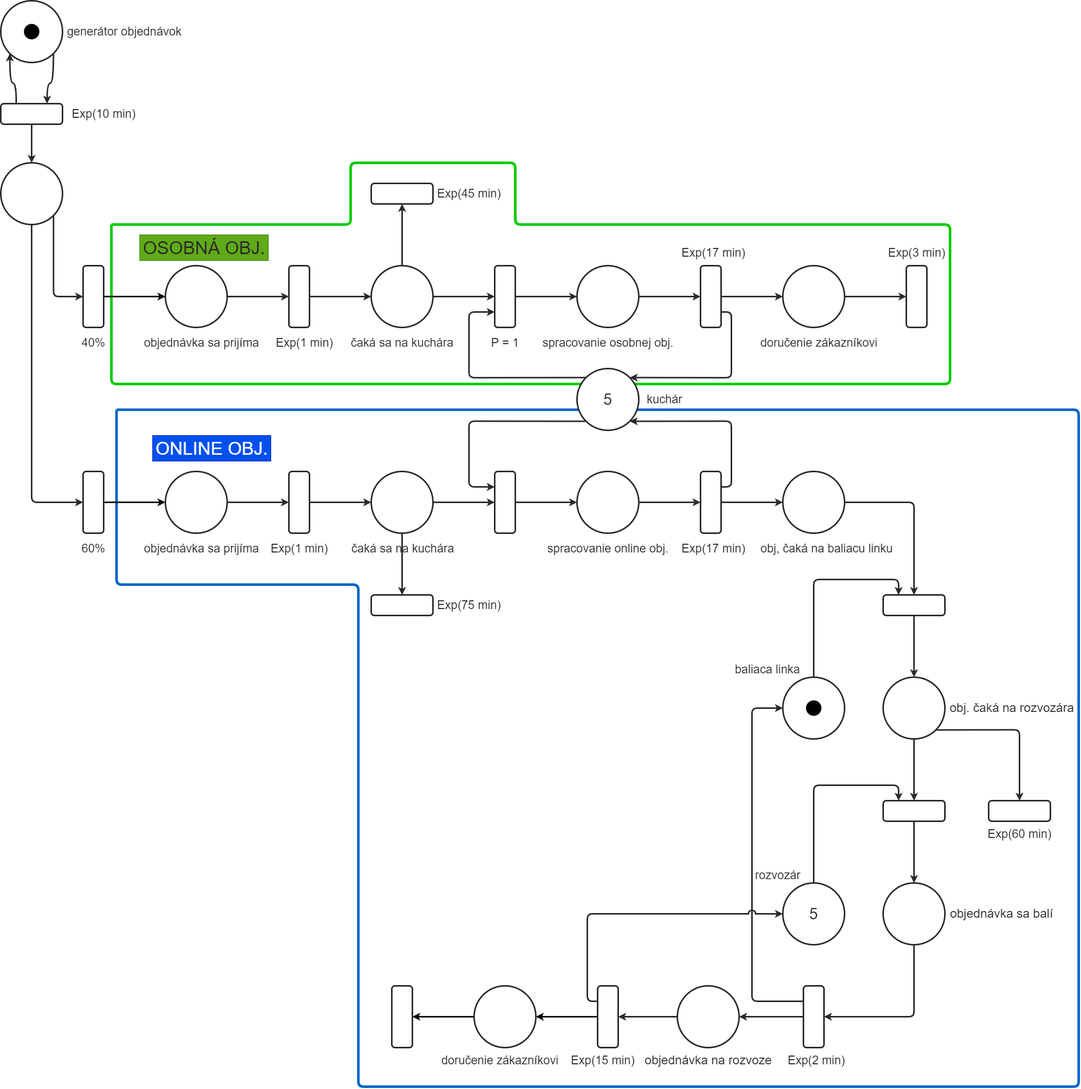
The draw.io diagram docs/petriiiii.png in Mats7/ims2022, before a commit. Source tidied: cells renumbered, new cells last; positions are measured from the earlier drawing's top-left corner, leaving out a move shared by most shapes.
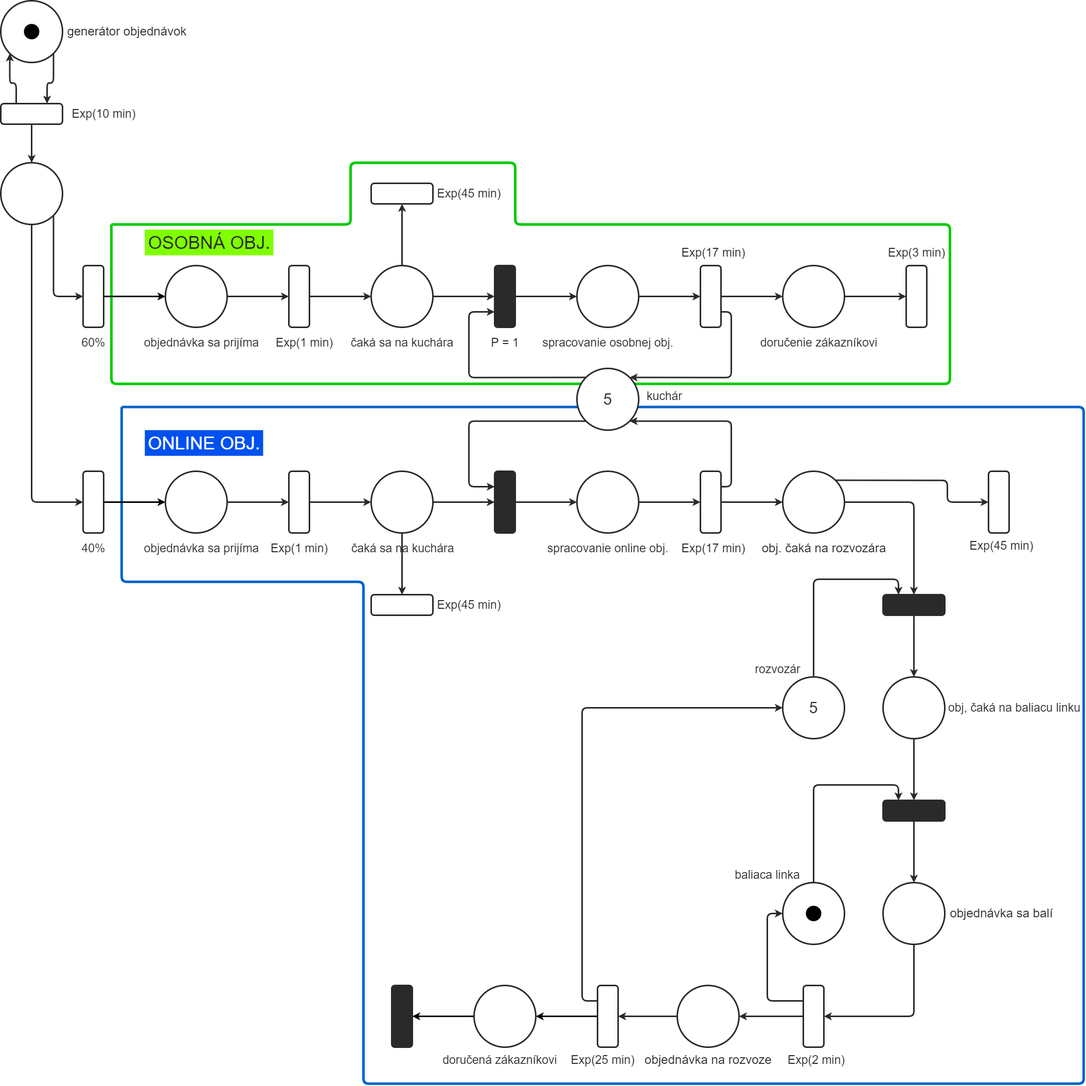
Later version of the same file.

What changed in the source:
```diff
@@ -6,10 +6,10 @@
       <mxGeometry relative="1" as="geometry">
-        <mxPoint x="225" y="795" as="sourcePoint" />
-        <mxPoint x="225" y="795" as="targetPoint" />
+        <mxPoint x="235" y="790" as="sourcePoint" />
+        <mxPoint x="235" y="790" as="targetPoint" />
         <Array as="points">
-          <mxPoint x="2095" y="795" />
-          <mxPoint x="2095" y="2111" />
-          <mxPoint x="695" y="2111" />
-          <mxPoint x="695" y="1135" />
-          <mxPoint x="225" y="1135" />
+          <mxPoint x="2105" y="790" />
+          <mxPoint x="2105" y="2106" />
+          <mxPoint x="705" y="2106" />
+          <mxPoint x="705" y="1130" />
+          <mxPoint x="235" y="1130" />
         </Array>
@@ -62,5 +62,2 @@
     </mxCell>
-    <mxCell id="14" style="rounded=1;labelBackgroundColor=none;fontColor=#2A2A2A;strokeColor=#2A2A2A;strokeWidth=3;whiteSpace=wrap;html=1;fillColor=none;perimeterSpacing=0;shadow=0;sketch=0;" parent="1" vertex="1">
-      <mxGeometry x="960" y="515" width="40" height="120" as="geometry" />
-    </mxCell>
     <mxCell id="15" style="edgeStyle=orthogonalEdgeStyle;rounded=1;jettySize=auto;exitX=1;exitY=0.5;exitDx=0;exitDy=0;entryX=0;entryY=0.5;entryDx=0;entryDy=0;labelBackgroundColor=none;fontColor=#2A2A2A;strokeColor=#2A2A2A;strokeWidth=3;html=1;" parent="1" edge="1" source="16" target="19">
@@ -83,5 +80,2 @@
     </mxCell>
-    <mxCell id="21" style="rounded=1;labelBackgroundColor=none;fontColor=#2A2A2A;strokeColor=#2A2A2A;strokeWidth=3;whiteSpace=wrap;html=1;fillColor=none;perimeterSpacing=0;shadow=0;sketch=0;" parent="1" vertex="1">
-      <mxGeometry x="960" y="915" width="40" height="120" as="geometry" />
-    </mxCell>
     <mxCell id="22" style="edgeStyle=orthogonalEdgeStyle;rounded=1;jettySize=auto;exitX=1;exitY=0.5;exitDx=0;exitDy=0;entryX=0;entryY=0.5;entryDx=0;entryDy=0;labelBackgroundColor=none;fontColor=#2A2A2A;strokeColor=#2A2A2A;strokeWidth=3;html=1;" parent="1" edge="1" source="23" target="26">
@@ -157,2 +151,10 @@
     </mxCell>
+    <mxCell id="113" style="edgeStyle=orthogonalEdgeStyle;html=1;exitX=1;exitY=0;exitDx=0;exitDy=0;fontSize=23;strokeColor=#2A2A2A;strokeWidth=3;entryX=0;entryY=0.5;entryDx=0;entryDy=0;" parent="1" edge="1" source="39" target="111">
+      <mxGeometry relative="1" as="geometry">
+        <Array as="points">
+          <mxPoint x="1840" y="933" />
+          <mxPoint x="1840" y="975" />
+        </Array>
+      </mxGeometry>
+    </mxCell>
     <mxCell id="39" style="ellipse;rounded=1;labelBackgroundColor=none;fontColor=#2A2A2A;strokeColor=#2A2A2A;strokeWidth=3;whiteSpace=wrap;html=1;fillColor=none;perimeterSpacing=0;shadow=0;sketch=0;" parent="1" vertex="1">
@@ -163,3 +165,3 @@
     </mxCell>
-    <mxCell id="41" style="rounded=1;direction=south;labelBackgroundColor=none;fontColor=#2A2A2A;strokeColor=#2A2A2A;strokeWidth=3;whiteSpace=wrap;html=1;fillColor=none;perimeterSpacing=0;shadow=0;sketch=0;" parent="1" vertex="1">
+    <mxCell id="41" style="rounded=1;direction=south;labelBackgroundColor=none;fontColor=#2A2A2A;strokeColor=#2A2A2A;strokeWidth=3;whiteSpace=wrap;html=1;fillColor=#2A2A2A;perimeterSpacing=0;shadow=0;sketch=0;" parent="1" vertex="1">
       <mxGeometry x="1715" y="1155" width="120" height="40" as="geometry" />
@@ -174,3 +176,3 @@
     </mxCell>
-    <mxCell id="43" value="&lt;font style=&quot;font-size: 30px&quot;&gt;5&lt;/font&gt;" style="ellipse;rounded=1;labelBackgroundColor=none;fontColor=#2A2A2A;strokeColor=#2A2A2A;strokeWidth=3;whiteSpace=wrap;html=1;fillColor=none;perimeterSpacing=0;shadow=0;sketch=0;" parent="1" vertex="1">
+    <mxCell id="43" style="ellipse;rounded=1;labelBackgroundColor=none;fontColor=#2A2A2A;strokeColor=#2A2A2A;strokeWidth=3;whiteSpace=wrap;html=1;fillColor=none;perimeterSpacing=0;shadow=0;sketch=0;" parent="1" vertex="1">
       <mxGeometry x="1520" y="1715" width="120" height="120" as="geometry" />
@@ -180,5 +182,2 @@
     </mxCell>
-    <mxCell id="45" style="edgeStyle=orthogonalEdgeStyle;rounded=1;html=1;exitX=1;exitY=0;exitDx=0;exitDy=0;entryX=0;entryY=0.5;entryDx=0;entryDy=0;strokeColor=#2A2A2A;strokeWidth=3;" parent="1" edge="1" source="46" target="111">
-      <mxGeometry relative="1" as="geometry" />
-    </mxCell>
     <mxCell id="46" style="ellipse;direction=south;rounded=1;labelBackgroundColor=none;fontColor=#2A2A2A;strokeColor=#2A2A2A;strokeWidth=3;whiteSpace=wrap;html=1;fillColor=none;perimeterSpacing=0;shadow=0;sketch=0;" parent="1" vertex="1">
@@ -189,10 +188,10 @@
     </mxCell>
-    <mxCell id="48" style="edgeStyle=orthogonalEdgeStyle;rounded=1;jumpStyle=none;html=1;exitX=1;exitY=0.75;exitDx=0;exitDy=0;entryX=0;entryY=0.5;entryDx=0;entryDy=0;labelBackgroundColor=none;fontSize=30;fontColor=#2A2A2A;strokeColor=#2A2A2A;strokeWidth=3;" parent="1" edge="1" source="49" target="66">
-      <mxGeometry relative="1" as="geometry">
-        <Array as="points">
-          <mxPoint x="1460" y="1945" />
-          <mxPoint x="1460" y="1375" />
-        </Array>
-      </mxGeometry>
-    </mxCell>
+    <mxCell id="114" style="edgeStyle=orthogonalEdgeStyle;html=1;exitX=1;exitY=0.75;exitDx=0;exitDy=0;entryX=0;entryY=0.5;entryDx=0;entryDy=0;fontSize=30;strokeColor=#2A2A2A;strokeWidth=3;" parent="1" edge="1" source="49" target="43">
+      <mxGeometry relative="1" as="geometry">
+        <Array as="points">
+          <mxPoint x="1490" y="1945" />
+          <mxPoint x="1490" y="1775" />
+        </Array>
+      </mxGeometry>
+    </mxCell>
     <mxCell id="49" style="rounded=1;direction=west;labelBackgroundColor=none;fontColor=#2A2A2A;strokeColor=#2A2A2A;strokeWidth=3;whiteSpace=wrap;html=1;fillColor=none;perimeterSpacing=0;shadow=0;sketch=0;" parent="1" vertex="1">
@@ -209,7 +208,7 @@
     </mxCell>
-    <mxCell id="53" value="obj, čaká na baliacu linku" style="text;align=center;verticalAlign=middle;strokeColor=none;fillColor=none;fontSize=23;labelBackgroundColor=none;fontColor=#2A2A2A;strokeWidth=3;html=1;" parent="1" vertex="1">
-      <mxGeometry x="1470" y="1050" width="270" height="30" as="geometry" />
+    <mxCell id="53" value="&lt;font style=&quot;font-size: 23px&quot;&gt;obj, čaká na baliacu linku&lt;/font&gt;" style="text;align=center;verticalAlign=middle;strokeColor=none;fillColor=none;fontSize=23;labelBackgroundColor=none;fontColor=#2A2A2A;strokeWidth=3;html=1;" parent="1" vertex="1">
+      <mxGeometry x="1835" y="1360" width="270" height="30" as="geometry" />
     </mxCell>
     <mxCell id="54" value="obj. čaká na rozvozára" style="text;align=center;verticalAlign=middle;strokeColor=none;fillColor=none;fontSize=24;labelBackgroundColor=none;fontColor=#2A2A2A;strokeWidth=3;html=1;" parent="1" vertex="1">
-      <mxGeometry x="1835" y="1360" width="260" height="30" as="geometry" />
+      <mxGeometry x="1470" y="1050" width="260" height="30" as="geometry" />
     </mxCell>
@@ -227,7 +226,7 @@
     </mxCell>
-    <mxCell id="59" value="kuchár" style="text;align=center;verticalAlign=middle;strokeColor=none;fillColor=none;fontSize=23;labelBackgroundColor=none;fontColor=#2A2A2A;strokeWidth=3;html=1;" parent="1" vertex="1">
-      <mxGeometry x="1250" y="760" width="80" height="30" as="geometry" />
+    <mxCell id="59" value="kuchár" style="text;align=center;verticalAlign=bottom;strokeColor=none;fillColor=none;fontSize=23;labelBackgroundColor=none;fontColor=#2A2A2A;strokeWidth=3;html=1;labelPosition=center;verticalLabelPosition=middle;spacingTop=0;" parent="1" vertex="1">
+      <mxGeometry x="1250" y="756" width="80" height="30" as="geometry" />
     </mxCell>
     <mxCell id="60" value="rozvozár" style="text;align=center;verticalAlign=middle;strokeColor=none;fillColor=none;fontSize=23;labelBackgroundColor=none;fontColor=#2A2A2A;strokeWidth=3;html=1;" parent="1" vertex="1">
-      <mxGeometry x="1460" y="1685" width="100" height="30" as="geometry" />
+      <mxGeometry x="1460" y="1285" width="100" height="30" as="geometry" />
     </mxCell>
@@ -253,3 +252,3 @@
     </mxCell>
-    <mxCell id="66" style="ellipse;rounded=1;labelBackgroundColor=none;fontColor=#2A2A2A;strokeColor=#2A2A2A;strokeWidth=3;whiteSpace=wrap;html=1;fillColor=none;perimeterSpacing=0;shadow=0;sketch=0;" parent="1" vertex="1">
+    <mxCell id="66" value="&lt;font style=&quot;font-size: 30px&quot;&gt;5&lt;/font&gt;" style="ellipse;rounded=1;labelBackgroundColor=none;fontColor=#2A2A2A;strokeColor=#2A2A2A;strokeWidth=3;whiteSpace=wrap;html=1;fillColor=none;perimeterSpacing=0;shadow=0;sketch=0;" parent="1" vertex="1">
       <mxGeometry x="1520" y="1315" width="120" height="120" as="geometry" />
@@ -259,5 +258,2 @@
     </mxCell>
-    <mxCell id="68" style="rounded=1;direction=south;labelBackgroundColor=none;fontColor=#2A2A2A;strokeColor=#2A2A2A;strokeWidth=3;whiteSpace=wrap;html=1;fillColor=none;perimeterSpacing=0;shadow=0;sketch=0;" parent="1" vertex="1">
-      <mxGeometry x="1715" y="1555" width="120" height="40" as="geometry" />
-    </mxCell>
     <mxCell id="69" style="edgeStyle=orthogonalEdgeStyle;rounded=1;jumpStyle=none;html=1;exitX=1;exitY=0.5;exitDx=0;exitDy=0;entryX=0;entryY=0.5;entryDx=0;entryDy=0;labelBackgroundColor=none;fontSize=30;fontColor=#2A2A2A;strokeColor=#2A2A2A;strokeWidth=3;" parent="1" edge="1" source="70" target="49">
@@ -269,3 +265,3 @@
     <mxCell id="71" value="baliaca linka" style="text;align=center;verticalAlign=middle;strokeColor=none;fillColor=none;fontSize=23;labelBackgroundColor=none;fontColor=#2A2A2A;strokeWidth=3;html=1;" parent="1" vertex="1">
-      <mxGeometry x="1420" y="1285" width="140" height="30" as="geometry" />
+      <mxGeometry x="1420" y="1685" width="140" height="30" as="geometry" />
     </mxCell>
@@ -277,10 +273,2 @@
     </mxCell>
-    <mxCell id="74" style="edgeStyle=orthogonalEdgeStyle;rounded=1;jumpStyle=arc;html=1;exitX=1;exitY=0.75;exitDx=0;exitDy=0;entryX=0;entryY=0.5;entryDx=0;entryDy=0;labelBackgroundColor=none;fontSize=30;fontColor=#2A2A2A;strokeColor=#2A2A2A;strokeWidth=3;jumpSize=10;" parent="1" edge="1" source="76" target="43">
-      <mxGeometry relative="1" as="geometry">
-        <Array as="points">
-          <mxPoint x="1140" y="1945" />
-          <mxPoint x="1140" y="1775" />
-        </Array>
-      </mxGeometry>
-    </mxCell>
     <mxCell id="75" style="edgeStyle=none;html=1;exitX=1;exitY=0.5;exitDx=0;exitDy=0;entryX=1;entryY=0.5;entryDx=0;entryDy=0;strokeColor=#000000;strokeWidth=3;" parent="1" edge="1" source="76" target="101">
@@ -288,2 +276,10 @@
     </mxCell>
+    <mxCell id="115" style="edgeStyle=orthogonalEdgeStyle;html=1;exitX=1;exitY=0.75;exitDx=0;exitDy=0;entryX=0;entryY=0.5;entryDx=0;entryDy=0;fontSize=30;strokeColor=#2A2A2A;strokeWidth=3;" parent="1" edge="1" source="76" target="66">
+      <mxGeometry relative="1" as="geometry">
+        <Array as="points">
+          <mxPoint x="1130" y="1945" />
+          <mxPoint x="1130" y="1375" />
+        </Array>
+      </mxGeometry>
+    </mxCell>
     <mxCell id="76" style="rounded=1;direction=west;labelBackgroundColor=none;fontColor=#2A2A2A;strokeColor=#2A2A2A;strokeWidth=3;whiteSpace=wrap;html=1;fillColor=none;perimeterSpacing=0;shadow=0;sketch=0;" parent="1" vertex="1">
@@ -294,6 +290,6 @@
     </mxCell>
-    <mxCell id="78" value="Exp(15 min)" style="text;align=center;verticalAlign=middle;strokeColor=none;fillColor=none;fontSize=23;fontColor=#2A2A2A;labelBackgroundColor=none;strokeWidth=3;html=1;" parent="1" vertex="1">
+    <mxCell id="78" value="Exp(25 min)" style="text;align=center;verticalAlign=middle;strokeColor=none;fillColor=none;fontSize=23;fontColor=#2A2A2A;labelBackgroundColor=none;strokeWidth=3;html=1;" parent="1" vertex="1">
       <mxGeometry x="1100" y="2045" width="140" height="30" as="geometry" />
     </mxCell>
-    <mxCell id="79" style="edgeStyle=orthogonalEdgeStyle;jumpStyle=arc;jumpSize=10;html=1;exitX=1;exitY=1;exitDx=0;exitDy=0;entryX=0;entryY=0.25;entryDx=0;entryDy=0;labelBackgroundColor=none;fontSize=30;fontColor=#2A2A2A;strokeColor=#2A2A2A;strokeWidth=3;curved=1;" parent="1" edge="1" source="80" target="84">
+    <mxCell id="79" style="edgeStyle=orthogonalEdgeStyle;jumpStyle=arc;jumpSize=10;html=1;exitX=1;exitY=1;exitDx=0;exitDy=0;entryX=0;entryY=0.25;entryDx=0;entryDy=0;labelBackgroundColor=none;fontSize=30;fontColor=#2A2A2A;strokeColor=#2A2A2A;strokeWidth=3;" parent="1" edge="1" source="80" target="84">
       <mxGeometry relative="1" as="geometry" />
@@ -303,6 +299,6 @@
     </mxCell>
-    <mxCell id="81" value="generátor objednávok" style="text;align=center;verticalAlign=middle;strokeColor=none;fillColor=none;fontSize=23;fontColor=#2A2A2A;labelBackgroundColor=none;strokeWidth=3;html=1;" parent="1" vertex="1">
-      <mxGeometry x="120" y="45" width="240" height="30" as="geometry" />
+    <mxCell id="81" value="generátor objednávok" style="text;align=center;verticalAlign=middle;strokeColor=none;fillColor=none;fontSize=24;fontColor=#2A2A2A;labelBackgroundColor=none;strokeWidth=3;html=1;" parent="1" vertex="1">
+      <mxGeometry x="120" y="45" width="250" height="30" as="geometry" />
     </mxCell>
-    <mxCell id="82" style="edgeStyle=orthogonalEdgeStyle;jumpStyle=arc;jumpSize=10;html=1;exitX=0;exitY=0.75;exitDx=0;exitDy=0;entryX=0;entryY=1;entryDx=0;entryDy=0;labelBackgroundColor=none;fontSize=30;fontColor=#2A2A2A;strokeColor=#2A2A2A;strokeWidth=3;curved=1;" parent="1" edge="1" source="84" target="80">
+    <mxCell id="82" style="edgeStyle=orthogonalEdgeStyle;jumpStyle=arc;jumpSize=10;html=1;exitX=0;exitY=0.75;exitDx=0;exitDy=0;entryX=0;entryY=1;entryDx=0;entryDy=0;labelBackgroundColor=none;fontSize=30;fontColor=#2A2A2A;strokeColor=#2A2A2A;strokeWidth=3;" parent="1" edge="1" source="84" target="80">
       <mxGeometry relative="1" as="geometry" />
@@ -330,7 +326,7 @@
     </mxCell>
-    <mxCell id="90" value="&lt;font color=&quot;#2a2a2a&quot; style=&quot;font-size: 35px;&quot;&gt;OSOBNÁ OBJ.&lt;/font&gt;" style="text;html=1;align=center;verticalAlign=middle;strokeColor=#2D7600;fillColor=#60a917;fontSize=35;fontColor=#ffffff;" parent="1" vertex="1">
-      <mxGeometry x="270" y="455" width="250" height="50" as="geometry" />
+    <mxCell id="90" value="&lt;font color=&quot;#2a2a2a&quot; style=&quot;font-size: 35px;&quot;&gt;OSOBNÁ OBJ.&lt;/font&gt;" style="text;html=1;align=center;verticalAlign=middle;strokeColor=none;fillColor=#80FF00;fontSize=35;fontColor=#ffffff;" parent="1" vertex="1">
+      <mxGeometry x="280" y="445" width="250" height="50" as="geometry" />
     </mxCell>
-    <mxCell id="91" value="ONLINE OBJ." style="text;html=1;align=center;verticalAlign=middle;strokeColor=#001DBC;fillColor=#0050ef;fontSize=35;fontColor=#ffffff;" parent="1" vertex="1">
-      <mxGeometry x="295" y="845" width="230" height="50" as="geometry" />
+    <mxCell id="91" value="ONLINE OBJ." style="text;html=1;align=center;verticalAlign=middle;strokeColor=none;fillColor=#0050ef;fontSize=35;fontColor=#ffffff;" parent="1" vertex="1">
+      <mxGeometry x="280" y="835" width="230" height="50" as="geometry" />
     </mxCell>
@@ -345,6 +341,6 @@
     </mxCell>
-    <mxCell id="95" value="40%" style="text;align=center;verticalAlign=middle;strokeColor=none;fillColor=none;fontSize=23;labelBackgroundColor=none;fontColor=#2A2A2A;strokeWidth=3;html=1;" parent="1" vertex="1">
+    <mxCell id="95" value="60%" style="text;align=center;verticalAlign=middle;strokeColor=none;fillColor=none;fontSize=23;labelBackgroundColor=none;fontColor=#2A2A2A;strokeWidth=3;html=1;" parent="1" vertex="1">
       <mxGeometry x="150" y="650" width="60" height="30" as="geometry" />
     </mxCell>
-    <mxCell id="96" value="60%" style="text;align=center;verticalAlign=middle;strokeColor=none;fillColor=none;fontSize=23;labelBackgroundColor=none;fontColor=#2A2A2A;strokeWidth=3;html=1;" parent="1" vertex="1">
+    <mxCell id="96" value="40%" style="text;align=center;verticalAlign=middle;strokeColor=none;fillColor=none;fontSize=23;labelBackgroundColor=none;fontColor=#2A2A2A;strokeWidth=3;html=1;" parent="1" vertex="1">
       <mxGeometry x="150" y="1050" width="60" height="30" as="geometry" />
@@ -358,3 +354,3 @@
     <mxCell id="99" style="shape=ellipse;fillColor=#000000;strokeColor=none;html=1;sketch=0;" parent="1" vertex="1">
-      <mxGeometry x="1565" y="1360" width="30" height="30" as="geometry" />
+      <mxGeometry x="1565" y="1760" width="30" height="30" as="geometry" />
     </mxCell>
@@ -366,6 +362,3 @@
     </mxCell>
-    <mxCell id="102" style="rounded=1;direction=west;labelBackgroundColor=none;fontColor=#2A2A2A;strokeColor=#2A2A2A;strokeWidth=3;whiteSpace=wrap;html=1;fillColor=none;perimeterSpacing=0;shadow=0;sketch=0;" parent="1" vertex="1">
-      <mxGeometry x="760" y="1915" width="40" height="120" as="geometry" />
-    </mxCell>
-    <mxCell id="103" value="doručenie zákazníkovi" style="text;align=center;verticalAlign=middle;strokeColor=none;fillColor=none;fontSize=23;labelBackgroundColor=none;fontColor=#2A2A2A;strokeWidth=3;html=1;" parent="1" vertex="1">
+    <mxCell id="103" value="doručená zákazníkovi" style="text;align=center;verticalAlign=middle;strokeColor=none;fillColor=none;fontSize=23;labelBackgroundColor=none;fontColor=#2A2A2A;strokeWidth=3;html=1;" parent="1" vertex="1">
       <mxGeometry x="850" y="2045" width="240" height="30" as="geometry" />
@@ -394,11 +387,23 @@
     </mxCell>
-    <mxCell id="110" value="Exp(75 min)" style="text;align=center;verticalAlign=middle;strokeColor=none;fillColor=none;fontSize=23;labelBackgroundColor=none;fontColor=#2A2A2A;strokeWidth=3;html=1;" parent="1" vertex="1">
+    <mxCell id="110" value="Exp(45 min)" style="text;align=center;verticalAlign=middle;strokeColor=none;fillColor=none;fontSize=23;labelBackgroundColor=none;fontColor=#2A2A2A;strokeWidth=3;html=1;" parent="1" vertex="1">
       <mxGeometry x="840" y="1160" width="140" height="30" as="geometry" />
     </mxCell>
-    <mxCell id="111" style="rounded=1;labelBackgroundColor=none;fontColor=#2A2A2A;strokeColor=#2A2A2A;strokeWidth=3;whiteSpace=wrap;html=1;fillColor=none;perimeterSpacing=0;shadow=0;sketch=0;rotation=90;" parent="1" vertex="1">
-      <mxGeometry x="1960" y="1515" width="40" height="120" as="geometry" />
+    <mxCell id="111" style="rounded=1;labelBackgroundColor=none;fontColor=#2A2A2A;strokeColor=#2A2A2A;strokeWidth=3;whiteSpace=wrap;html=1;fillColor=none;perimeterSpacing=0;shadow=0;sketch=0;rotation=0;" parent="1" vertex="1">
+      <mxGeometry x="1920" y="915" width="40" height="120" as="geometry" />
     </mxCell>
-    <mxCell id="112" value="Exp(60 min)" style="text;align=center;verticalAlign=middle;strokeColor=none;fillColor=none;fontSize=23;labelBackgroundColor=none;fontColor=#2A2A2A;strokeWidth=3;html=1;" parent="1" vertex="1">
-      <mxGeometry x="1910" y="1605" width="140" height="30" as="geometry" />
+    <mxCell id="112" value="Exp(45 min)" style="text;align=center;verticalAlign=middle;strokeColor=none;fillColor=none;fontSize=23;labelBackgroundColor=none;fontColor=#2A2A2A;strokeWidth=3;html=1;" parent="1" vertex="1">
+      <mxGeometry x="1875" y="1045" width="140" height="30" as="geometry" />
     </mxCell>
+    <mxCell id="21" style="rounded=1;labelBackgroundColor=none;fontColor=#2A2A2A;strokeColor=#2A2A2A;strokeWidth=3;whiteSpace=wrap;html=1;fillColor=#2A2A2A;perimeterSpacing=0;shadow=0;sketch=0;" parent="1" vertex="1">
+      <mxGeometry x="960" y="915" width="40" height="120" as="geometry" />
+    </mxCell>
+    <mxCell id="68" style="rounded=1;direction=south;labelBackgroundColor=none;fontColor=#2A2A2A;strokeColor=#2A2A2A;strokeWidth=3;whiteSpace=wrap;html=1;fillColor=#2A2A2A;perimeterSpacing=0;shadow=0;sketch=0;" parent="1" vertex="1">
+      <mxGeometry x="1715" y="1555" width="120" height="40" as="geometry" />
+    </mxCell>
+    <mxCell id="102" style="rounded=1;direction=west;labelBackgroundColor=none;fontColor=#2A2A2A;strokeColor=#2A2A2A;strokeWidth=3;whiteSpace=wrap;html=1;fillColor=#2A2A2A;perimeterSpacing=0;shadow=0;sketch=0;" parent="1" vertex="1">
+      <mxGeometry x="760" y="1915" width="40" height="120" as="geometry" />
+    </mxCell>
+    <mxCell id="14" style="rounded=1;labelBackgroundColor=none;fontColor=#2A2A2A;strokeColor=#2A2A2A;strokeWidth=3;whiteSpace=wrap;html=1;fillColor=#2A2A2A;perimeterSpacing=0;shadow=0;sketch=0;" parent="1" vertex="1">
+      <mxGeometry x="960" y="515" width="40" height="120" as="geometry" />
+    </mxCell>
   </root>
```
